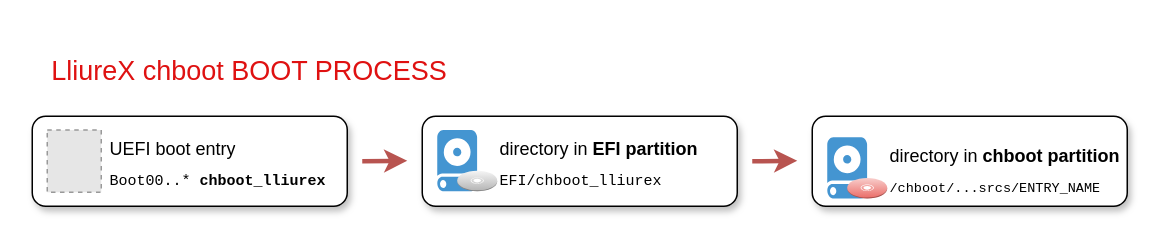
This is images/chboot-boot.drawio from lliurex/lliurex-chboot, a draw.io file, before an edit. Source tidied: cells renumbered, new cells numbered last; positions are measured from the earlier drawing's top-left corner, leaving out a move shared by most shapes. Both pictures are drawn from the tidied source at 150%, with x=0, y=0 at pixel (32, 26). Pictures stored in the file or linked from it are replaced by grey dashed boxes.
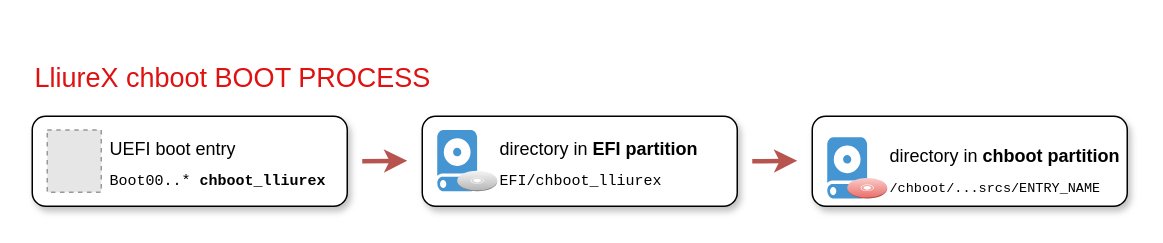
The same diagram, later.

Diff of the diagram source:
```diff
@@
-    <mxCell id="2" value="&lt;div&gt;&lt;span style=&quot;text-wrap-mode: nowrap;&quot;&gt;LliureX chboot BOOT PROCESS&lt;/span&gt;&lt;/div&gt;" style="text;html=1;strokeColor=none;fillColor=none;align=center;verticalAlign=middle;whiteSpace=wrap;overflow=hidden;fontColor=#df1111;fontSize=18;" parent="1" vertex="1">
-      <mxGeometry width="290" height="60" as="geometry" />
+    <mxCell id="2" value="&lt;div&gt;&lt;span style=&quot;text-wrap-mode: nowrap;&quot;&gt;LliureX chboot BOOT PROCESS&lt;/span&gt;&lt;/div&gt;" style="text;html=1;strokeColor=none;fillColor=none;align=left;verticalAlign=middle;whiteSpace=wrap;overflow=hidden;fontColor=#df1111;fontSize=18;" parent="1" vertex="1">
+      <mxGeometry y="20" width="290" height="30" as="geometry" />
     </mxCell>
```
